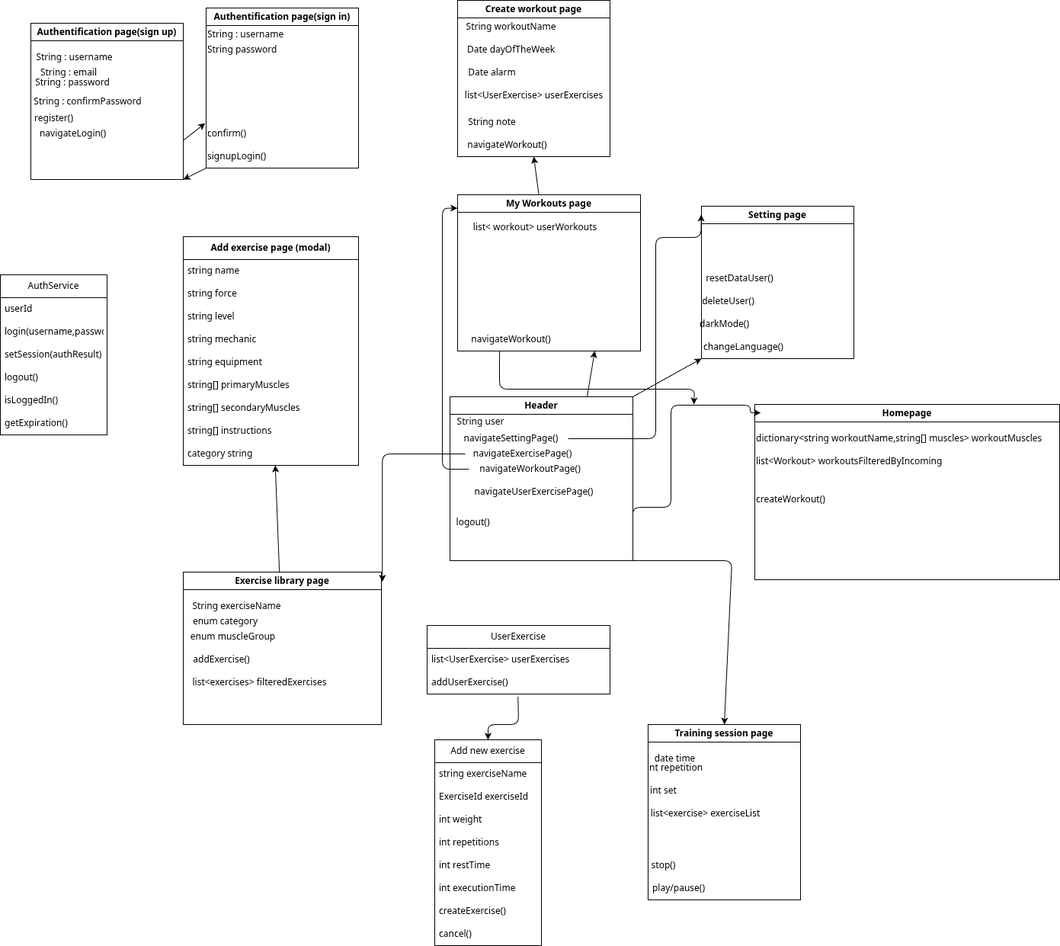
Before: docs/Diagrams/ImageRenditions/frontend-diagram-class.png, a diagram exported from draw.io (1880160/Projet_workout_wiki). Source tidied: cells renumbered, new cells last; positions are measured from the earlier drawing's top-left corner, leaving out a move shared by most shapes.
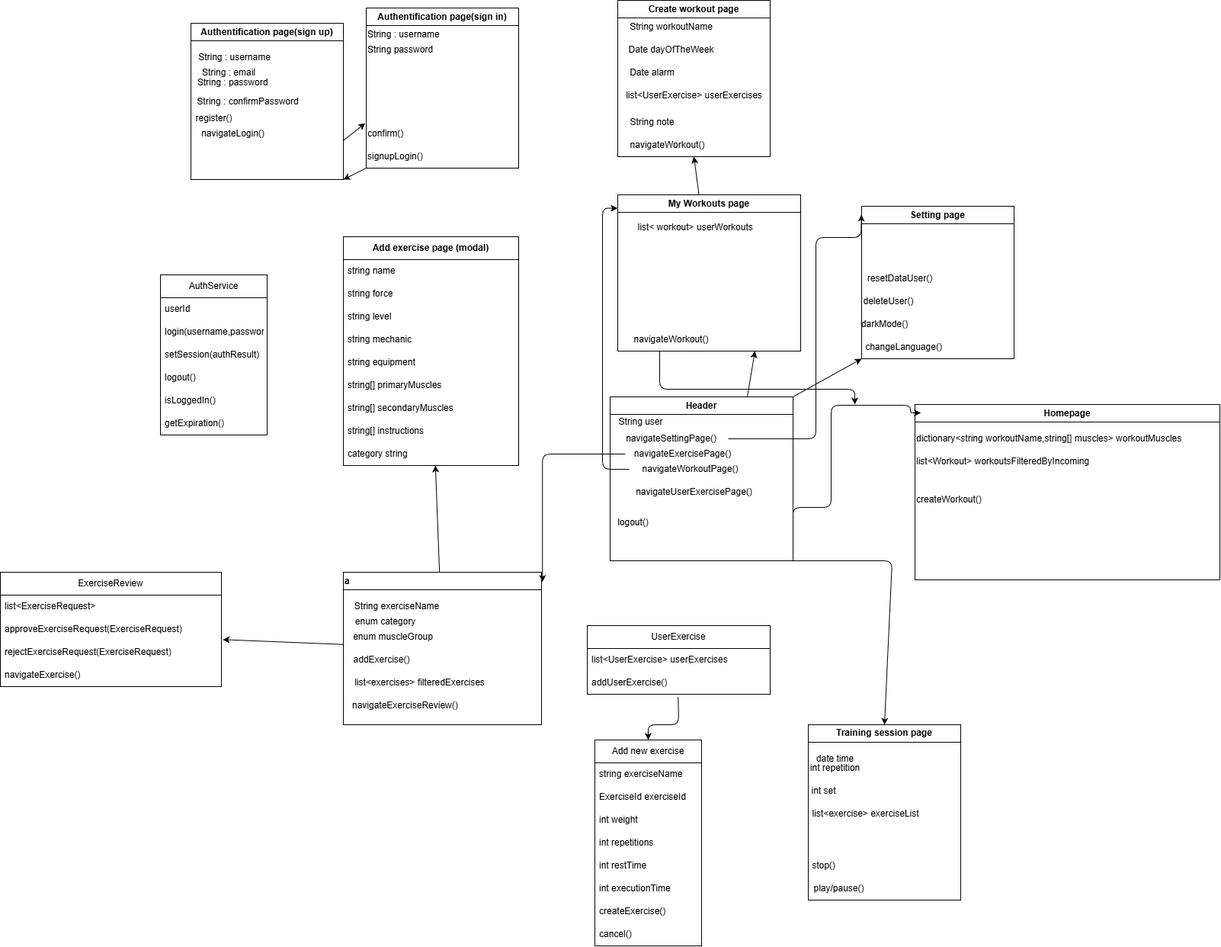
After the commit.

Commit message:
add review page to frontend diagram

What changed in the source:
```diff
@@ -102,7 +102,7 @@
     <mxCell id="32" style="edgeStyle=none;html=1;" parent="1" edge="1" source="33" target="72">
       <mxGeometry relative="1" as="geometry" />
     </mxCell>
-    <mxCell id="33" value="Exercise library page" style="swimlane;whiteSpace=wrap;html=1;" parent="1" vertex="1">
+    <mxCell id="33" value="a" style="swimlane;whiteSpace=wrap;html=1;align=left;" parent="1" vertex="1">
       <mxGeometry x="240" y="750" width="260" height="200" as="geometry" />
     </mxCell>
     <mxCell id="34" value="String exerciseName" style="text;html=1;align=center;verticalAlign=middle;strokeColor=none;fillColor=none;" parent="33" vertex="1">
@@ -120,6 +120,9 @@
     <mxCell id="38" value="list&amp;lt;exercises&amp;gt; filteredExercises" style="text;html=1;align=center;verticalAlign=middle;strokeColor=none;fillColor=none;" parent="33" vertex="1">
       <mxGeometry y="130" width="200" height="30" as="geometry" />
     </mxCell>
+    <mxCell id="95" value="navigateExerciseReview()" style="text;html=1;align=left;verticalAlign=middle;whiteSpace=wrap;rounded=0;" parent="33" vertex="1">
+      <mxGeometry x="10" y="160" width="210" height="30" as="geometry" />
+    </mxCell>
     <mxCell id="39" value="Training session page" style="swimlane;whiteSpace=wrap;html=1;" parent="1" vertex="1">
       <mxGeometry x="850" y="950" width="200" height="230" as="geometry" />
     </mxCell>
@@ -316,5 +319,23 @@
     <mxCell id="94" value="cancel()" style="text;strokeColor=none;fillColor=none;align=left;verticalAlign=middle;spacingLeft=4;spacingRight=4;overflow=hidden;whiteSpace=wrap;html=1;" parent="86" vertex="1">
       <mxGeometry y="240" width="140" height="30" as="geometry" />
     </mxCell>
+    <mxCell id="96" value="ExerciseReview" style="swimlane;fontStyle=0;horizontal=1;startSize=30;whiteSpace=wrap;html=1;" parent="1" vertex="1">
+      <mxGeometry x="-210" y="750" width="290" height="150" as="geometry" />
+    </mxCell>
+    <mxCell id="97" value="list&amp;lt;ExerciseRequest&amp;gt;" style="text;strokeColor=none;fillColor=none;align=left;verticalAlign=middle;spacingLeft=4;spacingRight=4;overflow=hidden;whiteSpace=wrap;html=1;" parent="96" vertex="1">
+      <mxGeometry y="30" width="290" height="30" as="geometry" />
+    </mxCell>
+    <mxCell id="98" value="approveExerciseRequest(ExerciseRequest)" style="text;strokeColor=none;fillColor=none;align=left;verticalAlign=middle;spacingLeft=4;spacingRight=4;overflow=hidden;whiteSpace=wrap;html=1;" parent="96" vertex="1">
+      <mxGeometry y="60" width="290" height="30" as="geometry" />
+    </mxCell>
+    <mxCell id="99" value="rejectExerciseRequest(ExerciseRequest)" style="text;strokeColor=none;fillColor=none;align=left;verticalAlign=middle;spacingLeft=4;spacingRight=4;overflow=hidden;points=[[0,0.5],[1,0.5]];portConstraint=eastwest;whiteSpace=wrap;html=1;" parent="96" vertex="1">
+      <mxGeometry y="90" width="290" height="30" as="geometry" />
+    </mxCell>
+    <mxCell id="100" value="navigateExercise()" style="text;strokeColor=none;fillColor=none;align=left;verticalAlign=middle;spacingLeft=4;spacingRight=4;overflow=hidden;whiteSpace=wrap;html=1;" parent="96" vertex="1">
+      <mxGeometry y="120" width="290" height="30" as="geometry" />
+    </mxCell>
+    <mxCell id="101" style="edgeStyle=none;html=1;entryX=1.006;entryY=-0.056;entryDx=0;entryDy=0;entryPerimeter=0;" parent="1" edge="1" source="33" target="99">
+      <mxGeometry relative="1" as="geometry" />
+    </mxCell>
   </root>
 </mxGraphModel>
```
